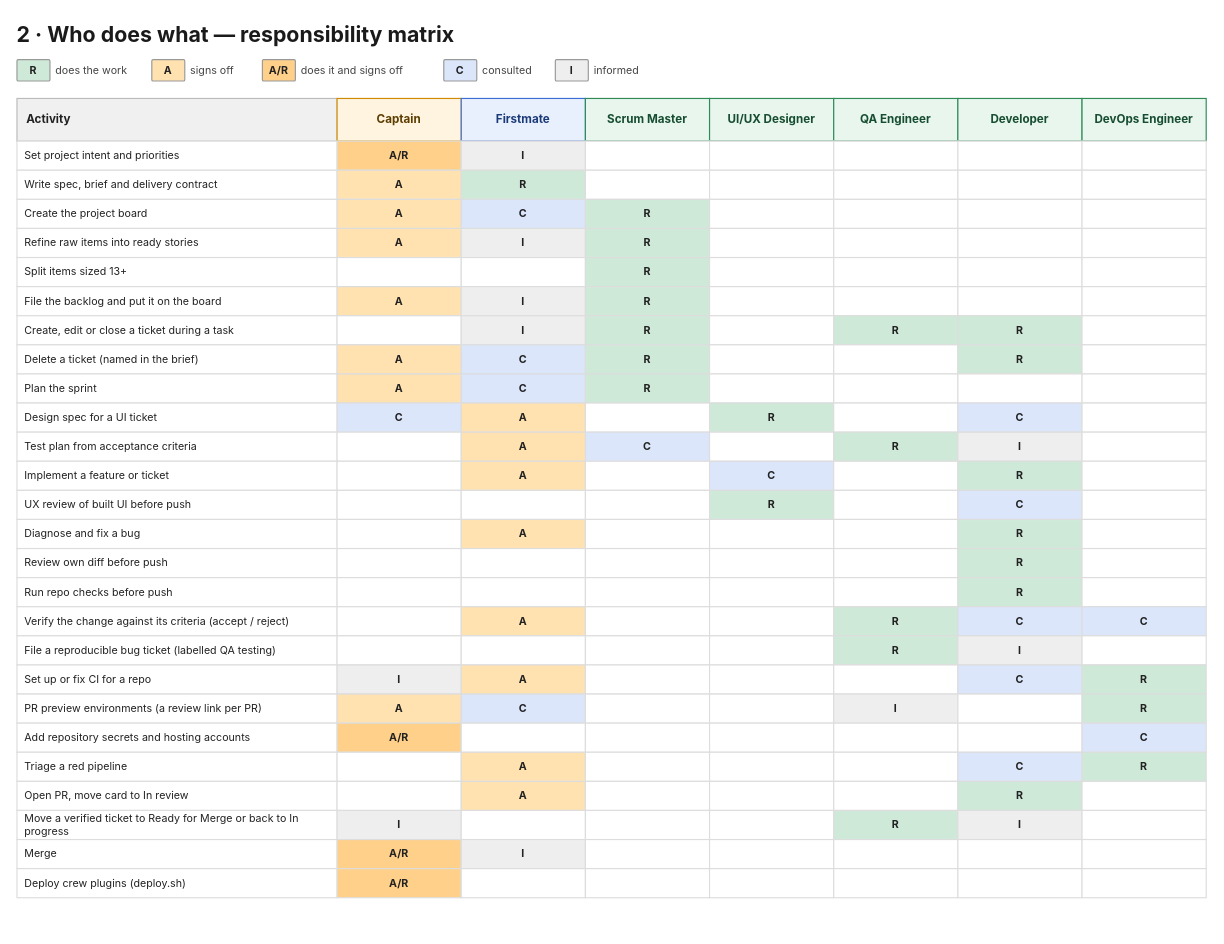
shulginilya/ai_agency_plugins keeps this draw.io diagram as page "2 · Responsibility matrix" (2 of 3) of docs/firstmate/team.drawio. Above is the earlier version. Source tidied: cells renumbered, new cells numbered last; positions are measured from the earlier drawing's top-left corner, leaving out a move shared by most shapes. Both pictures are drawn from the tidied source at 97%, with x=0, y=0 at pixel (16, 16).
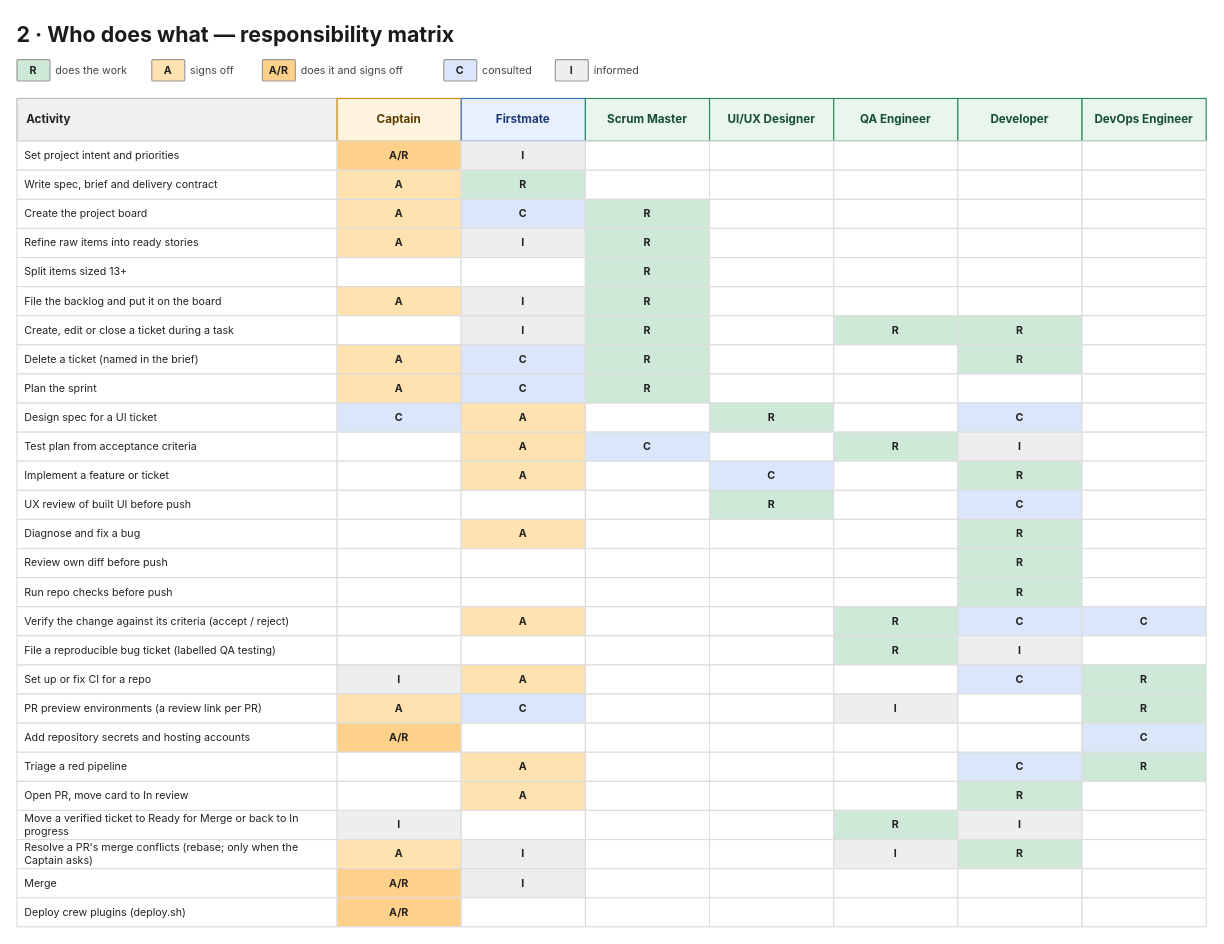
After the change.

Commit message (it also covers changes not shown here):
chore(firstmate): regenerate crew diagram [skip ci]

Diff of the diagram source:
```diff
@@
-    <mxCell id="213" value="&lt;div style=&quot;font-size:11px;&quot;&gt;Merge&lt;/div&gt;" style="rounded=0;arcSize=6;whiteSpace=wrap;html=1;fillColor=#ffffff;strokeColor=#dddddd;fontColor=#222222;strokeWidth=1.2;align=left;verticalAlign=middle;spacing=8;fontFamily=Inter;" parent="1" vertex="1">
+    <mxCell id="213" value="&lt;div style=&quot;font-size:11px;&quot;&gt;Resolve a PR&amp;#x27;s merge conflicts (rebase; only when the Captain asks)&lt;/div&gt;" style="rounded=0;arcSize=6;whiteSpace=wrap;html=1;fillColor=#ffffff;strokeColor=#dddddd;fontColor=#222222;strokeWidth=1.2;align=left;verticalAlign=middle;spacing=8;fontFamily=Inter;" parent="1" vertex="1">
       <mxGeometry y="848" width="330" height="30" as="geometry" />
     </mxCell>
-    <mxCell id="214" value="&lt;div style=&quot;font-size:11px;&quot;&gt;&lt;b&gt;A/R&lt;/b&gt;&lt;/div&gt;" style="rounded=0;arcSize=6;whiteSpace=wrap;html=1;fillColor=#ffd08a;strokeColor=#dddddd;fontColor=#222222;strokeWidth=1.2;align=center;verticalAlign=middle;spacing=2;fontFamily=Inter;" parent="1" vertex="1">
+    <mxCell id="214" value="&lt;div style=&quot;font-size:11px;&quot;&gt;&lt;b&gt;A&lt;/b&gt;&lt;/div&gt;" style="rounded=0;arcSize=6;whiteSpace=wrap;html=1;fillColor=#ffe2b0;strokeColor=#dddddd;fontColor=#222222;strokeWidth=1.2;align=center;verticalAlign=middle;spacing=2;fontFamily=Inter;" parent="1" vertex="1">
       <mxGeometry x="330" y="848" width="128" height="30" as="geometry" />
     </mxCell>
@@
-    <mxCell id="218" value="&lt;div style=&quot;font-size:11px;&quot;&gt;&lt;/div&gt;" style="rounded=0;arcSize=6;whiteSpace=wrap;html=1;fillColor=#ffffff;strokeColor=#dddddd;fontColor=#222222;strokeWidth=1.2;align=center;verticalAlign=middle;spacing=2;fontFamily=Inter;" parent="1" vertex="1">
+    <mxCell id="218" value="&lt;div style=&quot;font-size:11px;&quot;&gt;&lt;b&gt;I&lt;/b&gt;&lt;/div&gt;" style="rounded=0;arcSize=6;whiteSpace=wrap;html=1;fillColor=#eeeeee;strokeColor=#dddddd;fontColor=#222222;strokeWidth=1.2;align=center;verticalAlign=middle;spacing=2;fontFamily=Inter;" parent="1" vertex="1">
       <mxGeometry x="842" y="848" width="128" height="30" as="geometry" />
     </mxCell>
-    <mxCell id="219" value="&lt;div style=&quot;font-size:11px;&quot;&gt;&lt;/div&gt;" style="rounded=0;arcSize=6;whiteSpace=wrap;html=1;fillColor=#ffffff;strokeColor=#dddddd;fontColor=#222222;strokeWidth=1.2;align=center;verticalAlign=middle;spacing=2;fontFamily=Inter;" parent="1" vertex="1">
+    <mxCell id="219" value="&lt;div style=&quot;font-size:11px;&quot;&gt;&lt;b&gt;R&lt;/b&gt;&lt;/div&gt;" style="rounded=0;arcSize=6;whiteSpace=wrap;html=1;fillColor=#cfe9d9;strokeColor=#dddddd;fontColor=#222222;strokeWidth=1.2;align=center;verticalAlign=middle;spacing=2;fontFamily=Inter;" parent="1" vertex="1">
       <mxGeometry x="970" y="848" width="128" height="30" as="geometry" />
     </mxCell>
@@
-    <mxCell id="221" value="&lt;div style=&quot;font-size:11px;&quot;&gt;Deploy crew plugins (deploy.sh)&lt;/div&gt;" style="rounded=0;arcSize=6;whiteSpace=wrap;html=1;fillColor=#ffffff;strokeColor=#dddddd;fontColor=#222222;strokeWidth=1.2;align=left;verticalAlign=middle;spacing=8;fontFamily=Inter;" parent="1" vertex="1">
+    <mxCell id="221" value="&lt;div style=&quot;font-size:11px;&quot;&gt;Merge&lt;/div&gt;" style="rounded=0;arcSize=6;whiteSpace=wrap;html=1;fillColor=#ffffff;strokeColor=#dddddd;fontColor=#222222;strokeWidth=1.2;align=left;verticalAlign=middle;spacing=8;fontFamily=Inter;" parent="1" vertex="1">
       <mxGeometry y="878" width="330" height="30" as="geometry" />
     </mxCell>
@@
-    <mxCell id="223" value="&lt;div style=&quot;font-size:11px;&quot;&gt;&lt;/div&gt;" style="rounded=0;arcSize=6;whiteSpace=wrap;html=1;fillColor=#ffffff;strokeColor=#dddddd;fontColor=#222222;strokeWidth=1.2;align=center;verticalAlign=middle;spacing=2;fontFamily=Inter;" parent="1" vertex="1">
+    <mxCell id="223" value="&lt;div style=&quot;font-size:11px;&quot;&gt;&lt;b&gt;I&lt;/b&gt;&lt;/div&gt;" style="rounded=0;arcSize=6;whiteSpace=wrap;html=1;fillColor=#eeeeee;strokeColor=#dddddd;fontColor=#222222;strokeWidth=1.2;align=center;verticalAlign=middle;spacing=2;fontFamily=Inter;" parent="1" vertex="1">
       <mxGeometry x="458" y="878" width="128" height="30" as="geometry" />
     </mxCell>
@@
+    <mxCell id="229" value="&lt;div style=&quot;font-size:11px;&quot;&gt;Deploy crew plugins (deploy.sh)&lt;/div&gt;" style="rounded=0;arcSize=6;whiteSpace=wrap;html=1;fillColor=#ffffff;strokeColor=#dddddd;fontColor=#222222;strokeWidth=1.2;align=left;verticalAlign=middle;spacing=8;fontFamily=Inter;" parent="1" vertex="1">
+      <mxGeometry y="908" width="330" height="30" as="geometry" />
+    </mxCell>
+    <mxCell id="230" value="&lt;div style=&quot;font-size:11px;&quot;&gt;&lt;b&gt;A/R&lt;/b&gt;&lt;/div&gt;" style="rounded=0;arcSize=6;whiteSpace=wrap;html=1;fillColor=#ffd08a;strokeColor=#dddddd;fontColor=#222222;strokeWidth=1.2;align=center;verticalAlign=middle;spacing=2;fontFamily=Inter;" parent="1" vertex="1">
+      <mxGeometry x="330" y="908" width="128" height="30" as="geometry" />
+    </mxCell>
+    <mxCell id="231" value="&lt;div style=&quot;font-size:11px;&quot;&gt;&lt;/div&gt;" style="rounded=0;arcSize=6;whiteSpace=wrap;html=1;fillColor=#ffffff;strokeColor=#dddddd;fontColor=#222222;strokeWidth=1.2;align=center;verticalAlign=middle;spacing=2;fontFamily=Inter;" parent="1" vertex="1">
+      <mxGeometry x="458" y="908" width="128" height="30" as="geometry" />
+    </mxCell>
+    <mxCell id="232" value="&lt;div style=&quot;font-size:11px;&quot;&gt;&lt;/div&gt;" style="rounded=0;arcSize=6;whiteSpace=wrap;html=1;fillColor=#ffffff;strokeColor=#dddddd;fontColor=#222222;strokeWidth=1.2;align=center;verticalAlign=middle;spacing=2;fontFamily=Inter;" parent="1" vertex="1">
+      <mxGeometry x="586" y="908" width="128" height="30" as="geometry" />
+    </mxCell>
+    <mxCell id="233" value="&lt;div style=&quot;font-size:11px;&quot;&gt;&lt;/div&gt;" style="rounded=0;arcSize=6;whiteSpace=wrap;html=1;fillColor=#ffffff;strokeColor=#dddddd;fontColor=#222222;strokeWidth=1.2;align=center;verticalAlign=middle;spacing=2;fontFamily=Inter;" parent="1" vertex="1">
+      <mxGeometry x="714" y="908" width="128" height="30" as="geometry" />
+    </mxCell>
+    <mxCell id="234" value="&lt;div style=&quot;font-size:11px;&quot;&gt;&lt;/div&gt;" style="rounded=0;arcSize=6;whiteSpace=wrap;html=1;fillColor=#ffffff;strokeColor=#dddddd;fontColor=#222222;strokeWidth=1.2;align=center;verticalAlign=middle;spacing=2;fontFamily=Inter;" parent="1" vertex="1">
+      <mxGeometry x="842" y="908" width="128" height="30" as="geometry" />
+    </mxCell>
+    <mxCell id="235" value="&lt;div style=&quot;font-size:11px;&quot;&gt;&lt;/div&gt;" style="rounded=0;arcSize=6;whiteSpace=wrap;html=1;fillColor=#ffffff;strokeColor=#dddddd;fontColor=#222222;strokeWidth=1.2;align=center;verticalAlign=middle;spacing=2;fontFamily=Inter;" parent="1" vertex="1">
+      <mxGeometry x="970" y="908" width="128" height="30" as="geometry" />
+    </mxCell>
+    <mxCell id="236" value="&lt;div style=&quot;font-size:11px;&quot;&gt;&lt;/div&gt;" style="rounded=0;arcSize=6;whiteSpace=wrap;html=1;fillColor=#ffffff;strokeColor=#dddddd;fontColor=#222222;strokeWidth=1.2;align=center;verticalAlign=middle;spacing=2;fontFamily=Inter;" parent="1" vertex="1">
+      <mxGeometry x="1098" y="908" width="128" height="30" as="geometry" />
+    </mxCell>
```
